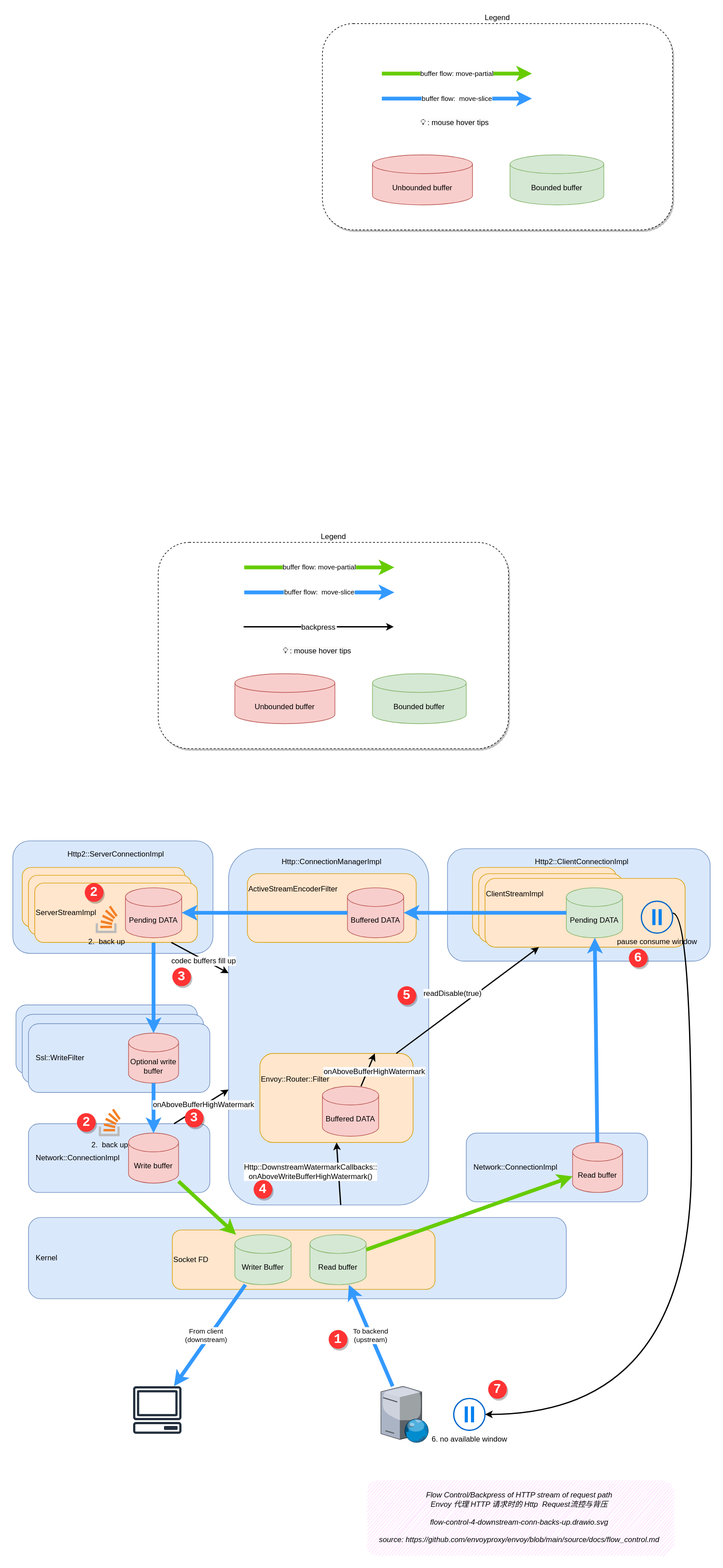
Before: docs/source/ch2-envoy/arch/flow-control/flow-control-4-downstream-conn-backs-up.drawio.svg, a diagram exported from draw.io (labilezhu/istio-insider). Source tidied: cells renumbered, new cells last; positions are measured from the earlier drawing's top-left corner, leaving out a move shared by most shapes.
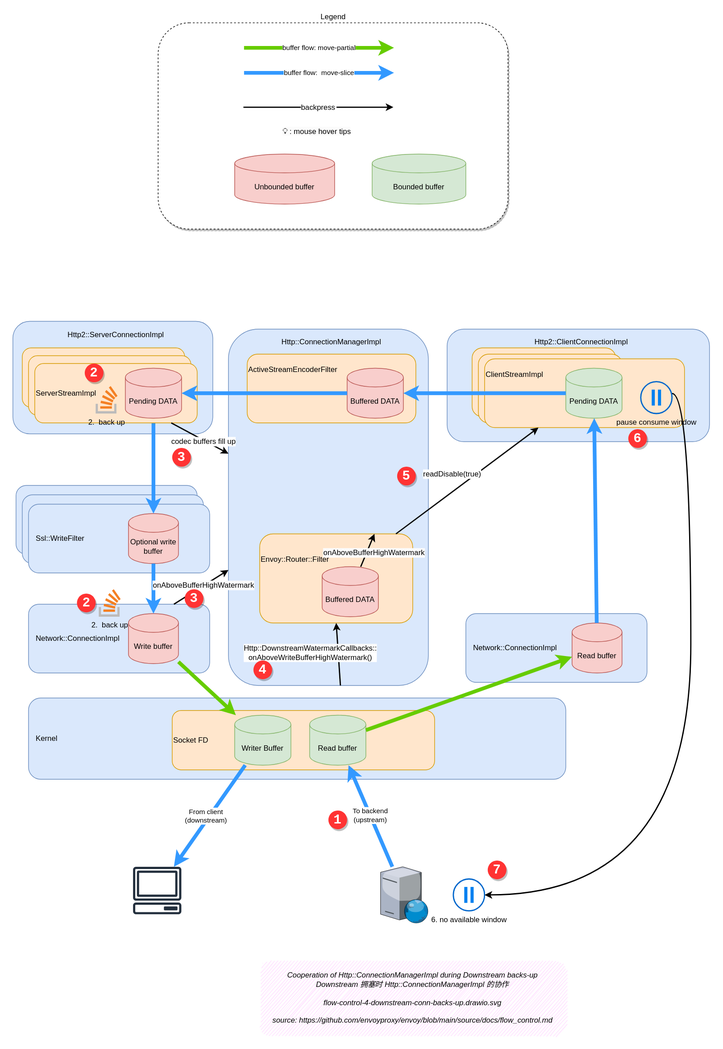
The same file after the commit.

Diff of the diagram source:
```diff
@@ -14,26 +14,11 @@
     <mxCell id="5" value="Ssl::WriteFilter" style="rounded=1;whiteSpace=wrap;html=1;fillColor=#dae8fc;strokeColor=#6c8ebf;align=left;spacingLeft=10;" parent="1" vertex="1">
       <mxGeometry x="15" y="1585" width="290" height="110" as="geometry" />
     </mxCell>
-    <object id="6" label="&lt;font style=&quot;&quot;&gt;Flow Control/Backpress of HTTP stream of request path&lt;br&gt;Envoy 代理 HTTP 请求时的 Http&amp;nbsp; Request流控与背压&lt;br&gt;&lt;br&gt;%page%&lt;br&gt;&lt;br&gt;source:&amp;nbsp;&lt;a href=&quot;https://github.com/envoyproxy/envoy/blob/main/source/docs/flow_control.md&quot;&gt;https://github.com/envoyproxy/envoy/blob/main/source/docs/flow_control.md&lt;/a&gt;&lt;br&gt;&lt;/font&gt;" a="b" placeholders="1">
+    <object id="6" label="&lt;font style=&quot;&quot;&gt;Cooperation of Http::ConnectionManagerImpl during Downstream backs-up&lt;br&gt;Downstream 拥塞时 Http::ConnectionManagerImpl 的协作&lt;br&gt;&lt;br&gt;%page%&lt;br&gt;&lt;br&gt;source:&amp;nbsp;&lt;a href=&quot;https://github.com/envoyproxy/envoy/blob/main/source/docs/flow_control.md&quot;&gt;https://github.com/envoyproxy/envoy/blob/main/source/docs/flow_control.md&lt;/a&gt;&lt;br&gt;&lt;/font&gt;" a="b" placeholders="1">
       <mxCell style="text;html=1;strokeColor=none;fillColor=#FFCCFF;align=center;verticalAlign=middle;whiteSpace=wrap;rounded=1;glass=0;sketch=1;shadow=0;fontStyle=2;fontSize=12;" parent="1" vertex="1">
-        <mxGeometry x="565" y="2330" width="490" height="120" as="geometry" />
+        <mxGeometry x="395" y="2330" width="490" height="120" as="geometry" />
       </mxCell>
     </object>
-    <mxCell id="7" value="Legend" style="rounded=1;whiteSpace=wrap;html=1;fontColor=#000000;dashed=1;shadow=1;labelPosition=center;verticalLabelPosition=top;align=center;verticalAlign=bottom;" parent="1" vertex="1">
-      <mxGeometry x="495" width="560" height="330" as="geometry" />
-    </mxCell>
-    <mxCell id="8" value="buffer flow: move-partial" style="endArrow=classic;html=1;strokeColor=#66CC00;fontColor=#000000;jumpStyle=arc;strokeWidth=6;" parent="1" edge="1">
-      <mxGeometry relative="1" as="geometry">
-        <mxPoint x="590" y="80" as="sourcePoint" />
-        <mxPoint x="830" y="80" as="targetPoint" />
-      </mxGeometry>
-    </mxCell>
-    <mxCell id="9" value="buffer flow:&amp;nbsp; move-slice" style="endArrow=classic;html=1;strokeColor=#3399FF;fontColor=#000000;jumpStyle=arc;strokeWidth=6;" parent="1" edge="1">
-      <mxGeometry relative="1" as="geometry">
-        <mxPoint x="590" y="120" as="sourcePoint" />
-        <mxPoint x="830" y="120" as="targetPoint" />
-      </mxGeometry>
-    </mxCell>
     <mxCell id="10" value="Kernel" style="rounded=1;whiteSpace=wrap;html=1;fillColor=#dae8fc;strokeColor=#6c8ebf;align=left;spacingLeft=10;" parent="1" vertex="1">
       <mxGeometry x="25" y="1910" width="860" height="130" as="geometry" />
     </mxCell>
@@ -82,12 +67,6 @@
     <mxCell id="25" value="Http2::ClientConnectionImpl" style="rounded=1;whiteSpace=wrap;html=1;fillColor=#dae8fc;strokeColor=#6c8ebf;align=center;spacingLeft=10;labelPosition=center;verticalLabelPosition=top;verticalAlign=bottom;spacingTop=0;spacingBottom=-30;" parent="1" vertex="1">
       <mxGeometry x="695" y="1320" width="420" height="180" as="geometry" />
     </mxCell>
-    <mxCell id="26" value="Unbounded buffer" style="shape=cylinder3;whiteSpace=wrap;html=1;boundedLbl=1;backgroundOutline=1;size=15;fillColor=#f8cecc;strokeColor=#b85450;" parent="1" vertex="1">
-      <mxGeometry x="575" y="210" width="160" height="80" as="geometry" />
-    </mxCell>
-    <mxCell id="27" value="Bounded buffer" style="shape=cylinder3;whiteSpace=wrap;html=1;boundedLbl=1;backgroundOutline=1;size=15;fillColor=#d5e8d4;strokeColor=#82b366;" parent="1" vertex="1">
-      <mxGeometry x="795" y="210" width="150" height="80" as="geometry" />
-    </mxCell>
     <mxCell id="28" value="Socket FD" style="rounded=1;whiteSpace=wrap;html=1;align=left;fillColor=#ffe6cc;strokeColor=#d79b00;" parent="1" vertex="1">
       <mxGeometry x="255" y="1930" width="420" height="95" as="geometry" />
     </mxCell>
@@ -150,9 +129,6 @@
     <mxCell id="47" style="endArrow=classic;html=1;strokeColor=#3399FF;fontColor=#000000;strokeWidth=6;startArrow=none;startFill=0;endFill=1;" parent="1" edge="1" source="22" target="40">
       <mxGeometry relative="1" as="geometry" />
     </mxCell>
-    <mxCell id="48" value="&lt;span style=&quot;color: rgb(0, 0, 0); font-family: Helvetica; font-size: 12px; font-style: normal; font-variant-ligatures: normal; font-variant-caps: normal; font-weight: 400; letter-spacing: normal; orphans: 2; text-align: left; text-indent: 0px; text-transform: none; widows: 2; word-spacing: 0px; -webkit-text-stroke-width: 0px; background-color: rgb(251, 251, 251); text-decoration-thickness: initial; text-decoration-style: initial; text-decoration-color: initial; float: none; display: inline !important;&quot;&gt;&amp;nbsp;💡 : mouse hover tips&lt;/span&gt;" style="text;whiteSpace=wrap;html=1;" parent="1" vertex="1">
-      <mxGeometry x="650" y="145" width="165" height="25" as="geometry" />
-    </mxCell>
     <mxCell id="49" style="sketch=0;outlineConnect=0;fontColor=#232F3E;gradientColor=none;fillColor=#232F3D;strokeColor=none;dashed=0;verticalLabelPosition=bottom;verticalAlign=top;align=center;html=1;fontSize=12;fontStyle=0;shape=mxgraph.aws4.client;labelBackgroundColor=none;" parent="1" vertex="1">
       <mxGeometry x="192" y="2180" width="78" height="76" as="geometry" />
     </mxCell>
```
